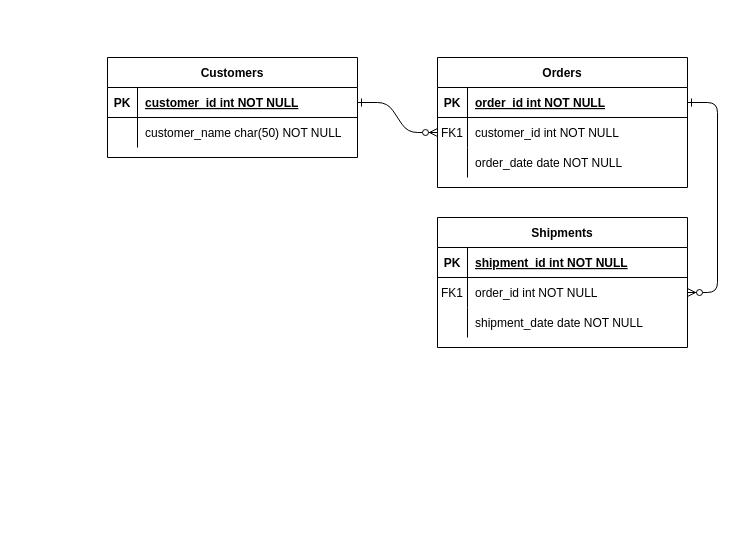
Above: BookStore.drawio in minjeongss/DB (draw.io), before the change. Source tidied: cells renumbered, new cells numbered last; positions are measured from the earlier drawing's top-left corner, leaving out a move shared by most shapes. Both pictures are drawn from the tidied source at 100%, with x=0, y=0 at pixel (107, 57).
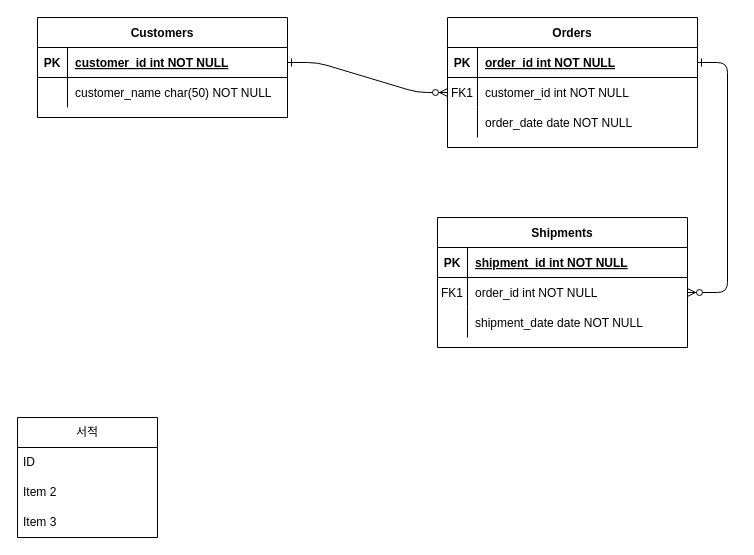
The same page after the edit.

Change to the diagram source:
```diff
@@
     <mxCell id="4" value="Orders" style="shape=table;startSize=30;childLayout=tableLayout;rowLines=0;fontStyle=1;align=center;" parent="1" vertex="1">
-      <mxGeometry x="330" width="250" height="130" as="geometry" />
+      <mxGeometry x="340" y="-40" width="250" height="130" as="geometry" />
     </mxCell>
@@
     <mxCell id="24" value="Customers" style="shape=table;startSize=30;childLayout=tableLayout;rowLines=0;fontStyle=1;align=center;" parent="1" vertex="1">
-      <mxGeometry width="250" height="100" as="geometry" />
+      <mxGeometry x="-70" y="-40" width="250" height="100" as="geometry" />
     </mxCell>
@@
+    <mxCell id="31" value="서적" style="swimlane;fontStyle=0;horizontal=1;startSize=30;whiteSpace=wrap;html=1;" parent="1" vertex="1">
+      <mxGeometry x="-90" y="360" width="140" height="120" as="geometry" />
+    </mxCell>
+    <mxCell id="32" value="ID" style="text;strokeColor=none;fillColor=none;align=left;verticalAlign=middle;spacingLeft=4;spacingRight=4;overflow=hidden;whiteSpace=wrap;html=1;" parent="31" vertex="1">
+      <mxGeometry y="30" width="140" height="30" as="geometry" />
+    </mxCell>
+    <mxCell id="33" value="Item 2" style="text;strokeColor=none;fillColor=none;align=left;verticalAlign=middle;spacingLeft=4;spacingRight=4;overflow=hidden;whiteSpace=wrap;html=1;" parent="31" vertex="1">
+      <mxGeometry y="60" width="140" height="30" as="geometry" />
+    </mxCell>
+    <mxCell id="34" value="Item 3" style="text;strokeColor=none;fillColor=none;align=left;verticalAlign=middle;spacingLeft=4;spacingRight=4;overflow=hidden;whiteSpace=wrap;html=1;" parent="31" vertex="1">
+      <mxGeometry y="90" width="140" height="30" as="geometry" />
+    </mxCell>
```
